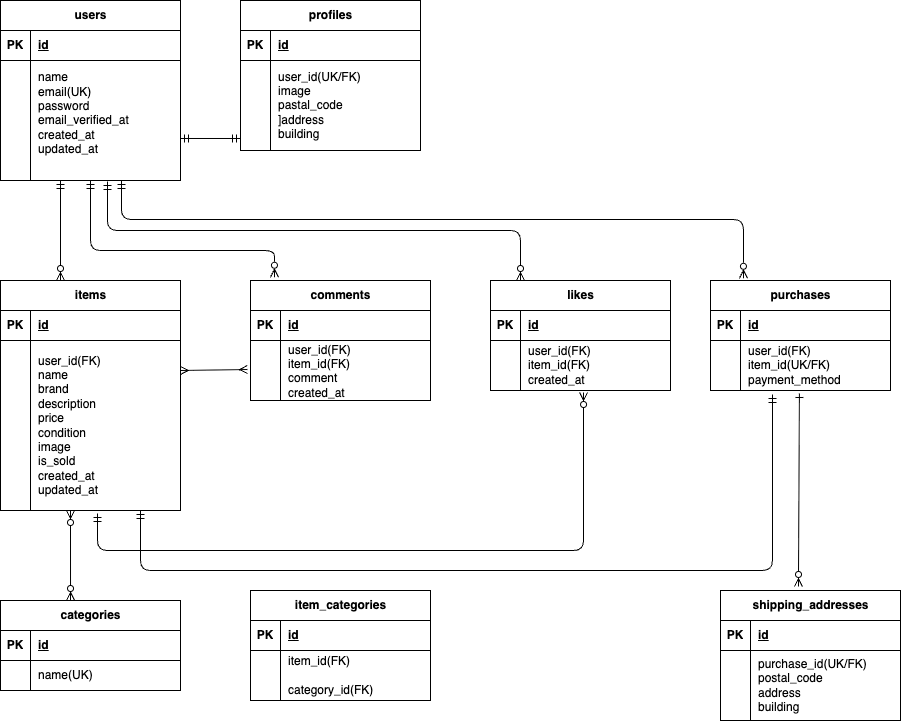
Above: er.png in hashimo537/mogi11 (draw.io), before the change. Source tidied: cells renumbered, new cells last; positions are measured from the earlier drawing's top-left corner, leaving out a move shared by most shapes.
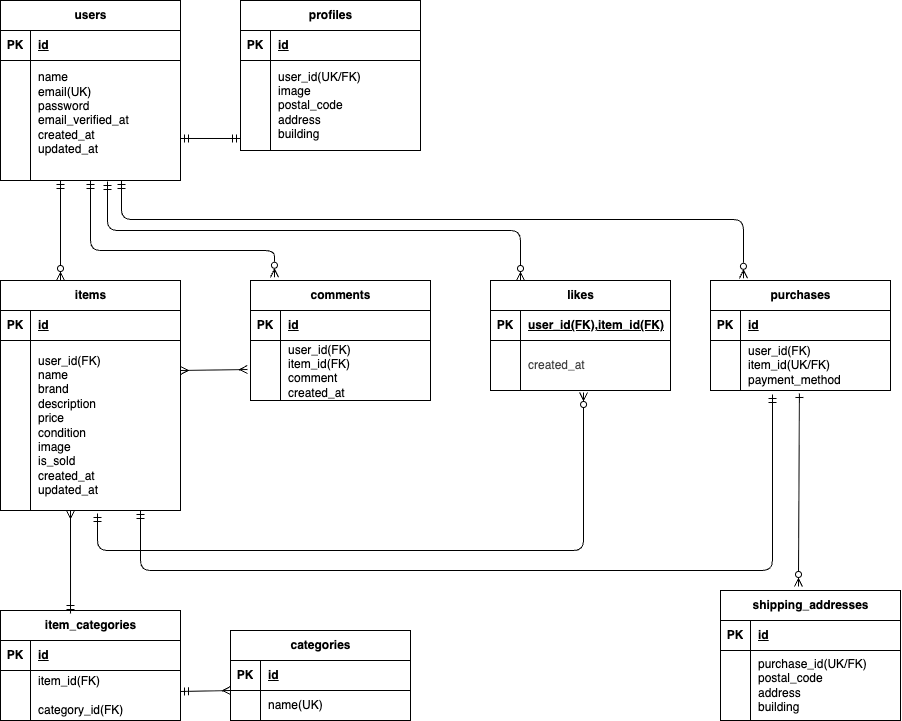
After the change.

The edit, as a diff of the source:
```diff
@@ -45,7 +45,7 @@
       <mxGeometry x="30" width="150" height="60" as="geometry" />
     </mxCell>
     <mxCell id="16" value="item_categories" style="shape=table;startSize=30;rowLines=0;fontStyle=1;align=center;html=1;" parent="1" vertex="1">
-      <mxGeometry x="250" y="590" width="180" height="110" as="geometry" />
+      <mxGeometry y="610" width="180" height="110" as="geometry" />
     </mxCell>
     <mxCell id="17" style="shape=tableRow;horizontal=0;startSize=0;swimlaneHead=0;swimlaneBody=0;fillColor=none;top=0;left=0;right=0;bottom=1;" parent="16" vertex="1">
       <mxGeometry y="30" width="180" height="30" as="geometry" />
@@ -95,7 +95,7 @@
     <mxCell id="32" value="PK" style="shape=partialRectangle;fillColor=none;top=0;left=0;bottom=0;right=0;fontStyle=1;overflow=hidden;whiteSpace=wrap;html=1;" parent="31" vertex="1">
       <mxGeometry width="30" height="30" as="geometry" />
     </mxCell>
-    <mxCell id="33" value="id" style="shape=partialRectangle;fillColor=none;top=0;left=0;bottom=0;right=0;align=left;spacingLeft=6;fontStyle=5;overflow=hidden;whiteSpace=wrap;html=1;" parent="31" vertex="1">
+    <mxCell id="33" value="user_id(FK),item_id(FK)" style="shape=partialRectangle;fillColor=none;top=0;left=0;bottom=0;right=0;align=left;spacingLeft=6;fontStyle=5;overflow=hidden;whiteSpace=wrap;html=1;" parent="31" vertex="1">
       <mxGeometry x="30" width="150" height="30" as="geometry" />
     </mxCell>
     <mxCell id="34" style="shape=tableRow;horizontal=0;startSize=0;swimlaneHead=0;swimlaneBody=0;fillColor=none;points=[[0,0.5],[1,0.5]];portConstraint=eastwest;top=0;left=0;right=0;bottom=0;" parent="30" vertex="1">
@@ -104,7 +104,7 @@
     <mxCell id="35" style="shape=partialRectangle;fillColor=none;top=0;left=0;bottom=0;right=0;overflow=hidden;whiteSpace=wrap;html=1;" parent="34" vertex="1">
       <mxGeometry width="30" height="50" as="geometry" />
     </mxCell>
-    <mxCell id="36" value="user_id(FK)&lt;div&gt;item_id(FK)&lt;/div&gt;&lt;div&gt;created_at&lt;/div&gt;" style="shape=partialRectangle;fillColor=none;top=0;left=0;bottom=0;right=0;align=left;spacingLeft=6;overflow=hidden;whiteSpace=wrap;html=1;" parent="34" vertex="1">
+    <mxCell id="36" value="&lt;div&gt;&lt;span style=&quot;color: rgb(63, 63, 63); background-color: transparent;&quot;&gt;created_at&lt;/span&gt;&lt;/div&gt;" style="shape=partialRectangle;fillColor=none;top=0;left=0;bottom=0;right=0;align=left;spacingLeft=6;overflow=hidden;whiteSpace=wrap;html=1;" parent="34" vertex="1">
       <mxGeometry x="30" width="150" height="50" as="geometry" />
     </mxCell>
     <mxCell id="37" value="profiles" style="shape=table;startSize=30;rowLines=0;fontStyle=1;align=center;html=1;" parent="1" vertex="1">
@@ -125,7 +125,7 @@
     <mxCell id="42" style="shape=partialRectangle;fillColor=none;top=0;left=0;bottom=0;right=0;overflow=hidden;whiteSpace=wrap;html=1;" parent="41" vertex="1">
       <mxGeometry width="30" height="90" as="geometry" />
     </mxCell>
-    <mxCell id="43" value="user_id(UK/FK)&lt;div&gt;&lt;font color=&quot;#000000&quot;&gt;image&lt;/font&gt;&lt;/div&gt;&lt;div&gt;&lt;font color=&quot;#000000&quot;&gt;pastal_code&lt;/font&gt;&lt;/div&gt;&lt;div&gt;&lt;font color=&quot;#000000&quot;&gt;]address&lt;/font&gt;&lt;/div&gt;&lt;div&gt;&lt;font color=&quot;#000000&quot;&gt;building&lt;/font&gt;&lt;/div&gt;" style="shape=partialRectangle;fillColor=none;top=0;left=0;bottom=0;right=0;align=left;spacingLeft=6;overflow=hidden;whiteSpace=wrap;html=1;" parent="41" vertex="1">
+    <mxCell id="43" value="user_id(UK/FK)&lt;div&gt;&lt;font color=&quot;#000000&quot;&gt;image&lt;/font&gt;&lt;/div&gt;&lt;div&gt;&lt;font color=&quot;#000000&quot;&gt;postal_code&lt;/font&gt;&lt;/div&gt;&lt;div&gt;&lt;font color=&quot;#000000&quot;&gt;address&lt;/font&gt;&lt;/div&gt;&lt;div&gt;&lt;font color=&quot;#000000&quot;&gt;building&lt;/font&gt;&lt;/div&gt;" style="shape=partialRectangle;fillColor=none;top=0;left=0;bottom=0;right=0;align=left;spacingLeft=6;overflow=hidden;whiteSpace=wrap;html=1;" parent="41" vertex="1">
       <mxGeometry x="30" width="150" height="90" as="geometry" />
     </mxCell>
     <mxCell id="44" value="items" style="shape=table;startSize=30;rowLines=0;fontStyle=1;align=center;html=1;" parent="1" vertex="1">
@@ -150,7 +150,7 @@
       <mxGeometry x="30" width="150" height="170" as="geometry" />
     </mxCell>
     <mxCell id="51" value="categories" style="shape=table;startSize=30;rowLines=0;fontStyle=1;align=center;html=1;" parent="1" vertex="1">
-      <mxGeometry y="600" width="180" height="90" as="geometry" />
+      <mxGeometry x="230" y="630" width="180" height="90" as="geometry" />
     </mxCell>
     <mxCell id="52" style="shape=tableRow;horizontal=0;startSize=0;swimlaneHead=0;swimlaneBody=0;fillColor=none;top=0;left=0;right=0;bottom=1;" parent="51" vertex="1">
       <mxGeometry y="30" width="180" height="30" as="geometry" />
@@ -228,7 +228,7 @@
         </Array>
       </mxGeometry>
     </mxCell>
-    <mxCell id="70" style="fontSize=12;html=1;endArrow=ERzeroToMany;endFill=0;entryX=0.394;entryY=1.067;entryDx=0;entryDy=0;entryPerimeter=0;exitX=0.389;exitY=0;exitDx=0;exitDy=0;exitPerimeter=0;startArrow=ERzeroToMany;startFill=0;" parent="1" edge="1" source="51">
+    <mxCell id="70" style="fontSize=12;html=1;endArrow=ERmany;endFill=0;entryX=0.394;entryY=1.067;entryDx=0;entryDy=0;entryPerimeter=0;startArrow=ERmandOne;startFill=0;exitX=0.389;exitY=0.027;exitDx=0;exitDy=0;exitPerimeter=0;" parent="1" edge="1" source="16">
       <mxGeometry relative="1" as="geometry">
         <mxPoint x="70" y="510" as="targetPoint" />
       </mxGeometry>
@@ -258,5 +258,11 @@
         </Array>
       </mxGeometry>
     </mxCell>
+    <mxCell id="75" style="fontSize=12;html=1;endArrow=ERmany;startArrow=ERmandOne;strokeColor=default;exitX=1.017;exitY=0.3;exitDx=0;exitDy=0;exitPerimeter=0;startFill=0;" parent="1" edge="1">
+      <mxGeometry relative="1" as="geometry">
+        <mxPoint x="180" y="691" as="sourcePoint" />
+        <mxPoint x="230" y="690" as="targetPoint" />
+      </mxGeometry>
+    </mxCell>
   </root>
 </mxGraphModel>
```
